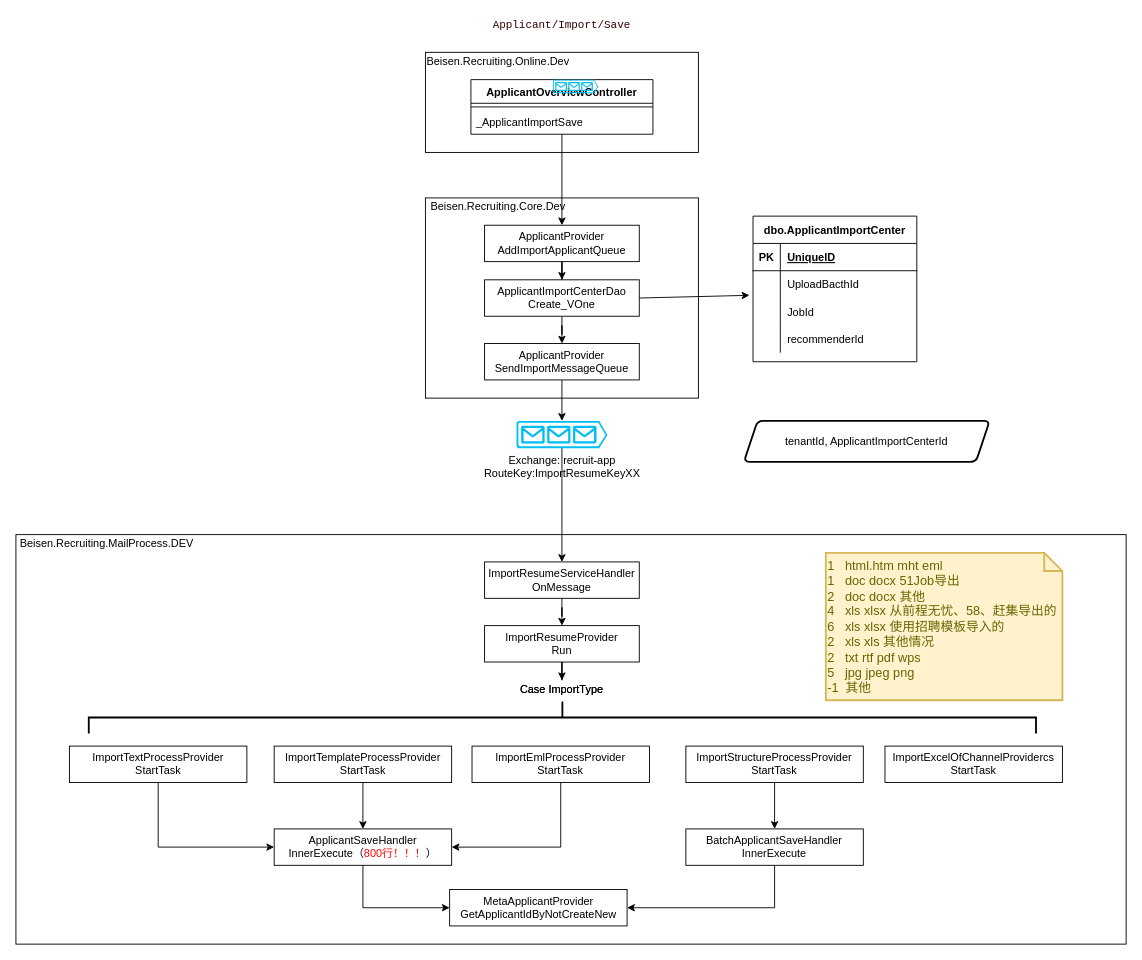
Lucas20029/MyDiagrams keeps this draw.io diagram as 人才有效期查重逻辑.drawio. Above is the earlier version. Source tidied: cells renumbered, new cells numbered last; positions are measured from the earlier drawing's top-left corner, leaving out a move shared by most shapes. Both pictures are drawn from the tidied source at 91%, with x=0, y=0 at pixel (15, 15).
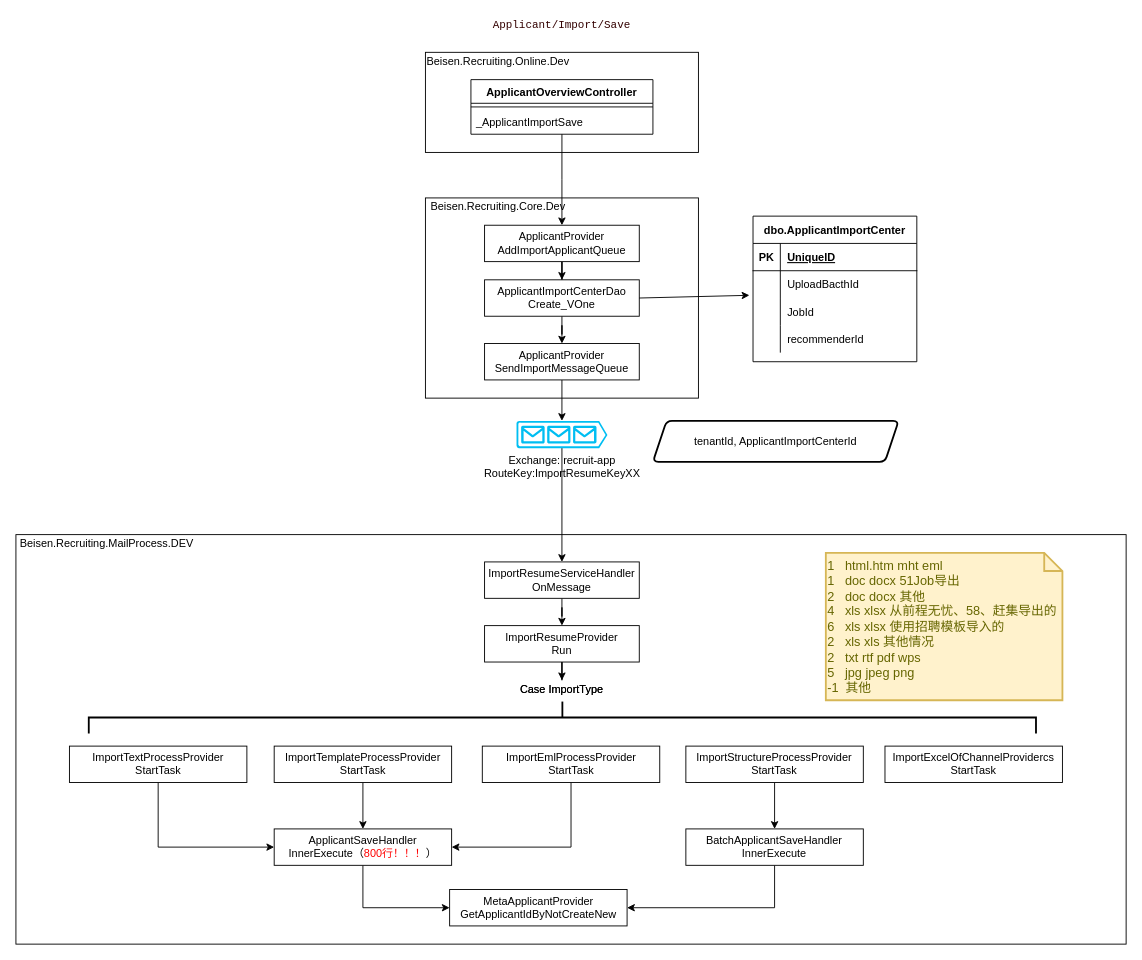
The same diagram, later.

Commit message:
Update 人才有效期查重逻辑.drawio

What changed in the source:
```diff
@@
-    <mxCell id="24" style="verticalLabelPosition=bottom;html=1;verticalAlign=top;align=center;strokeColor=none;fillColor=#00BEF2;shape=mxgraph.azure.queue_generic;" parent="1" vertex="1">
-      <mxGeometry x="590" y="70" width="50" height="15" as="geometry" />
-    </mxCell>
@@
     <mxCell id="33" value="tenantId, ApplicantImportCenterId" style="shape=parallelogram;html=1;strokeWidth=2;perimeter=parallelogramPerimeter;whiteSpace=wrap;rounded=1;arcSize=12;size=0.05555555555555555;" parent="1" vertex="1">
-      <mxGeometry x="800" y="445" width="270" height="45" as="geometry" />
+      <mxGeometry x="700" y="445" width="270" height="45" as="geometry" />
     </mxCell>
@@
     <mxCell id="39" value="ImportEmlProcessProvider&lt;br&gt;StartTask" style="rounded=0;whiteSpace=wrap;html=1;" parent="1" vertex="1">
-      <mxGeometry x="501.2" y="802.4" width="195" height="40" as="geometry" />
+      <mxGeometry x="512.5" y="802.4" width="195" height="40" as="geometry" />
     </mxCell>
```
